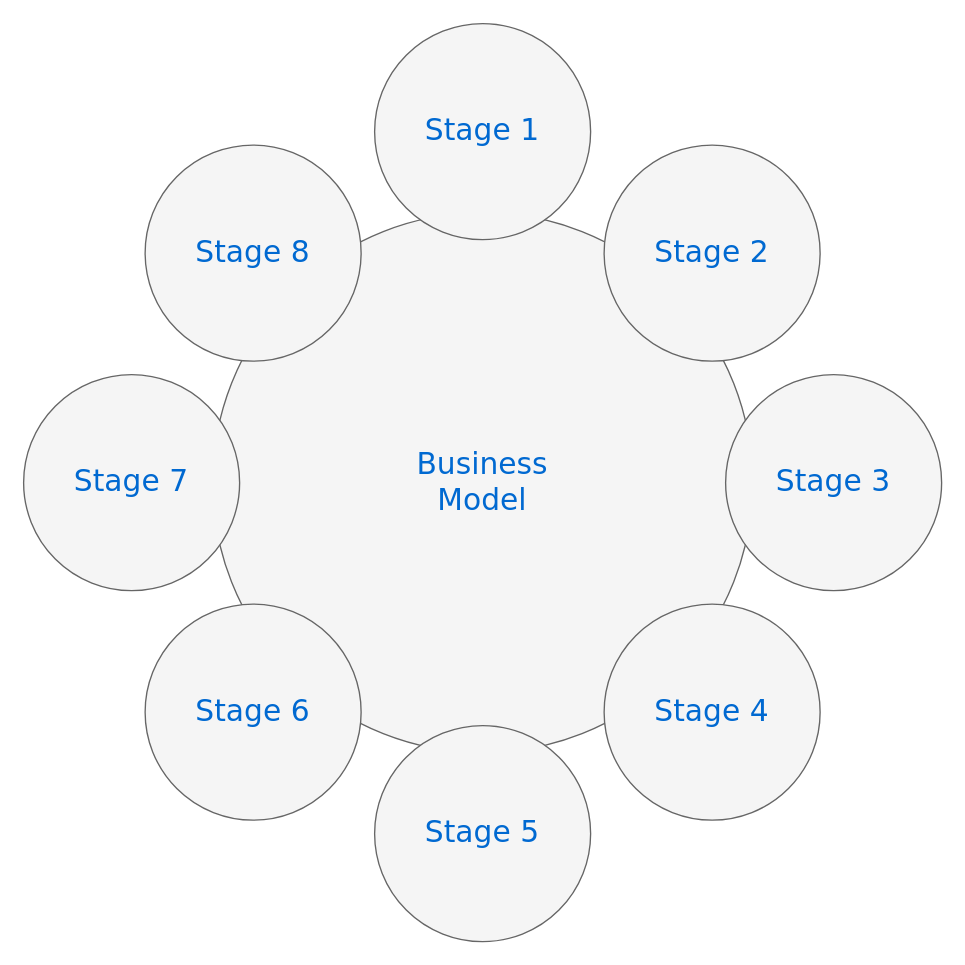
The draw.io diagram Untitled Diagram.drawio in rbgithuub/opensourcetechy, before the edit. Source tidied: cells renumbered, new cells numbered last; positions are measured from the earlier drawing's top-left corner, leaving out a move shared by most shapes. Both pictures are drawn from the tidied source at 135%, with x=0, y=0 at pixel (23, 23).
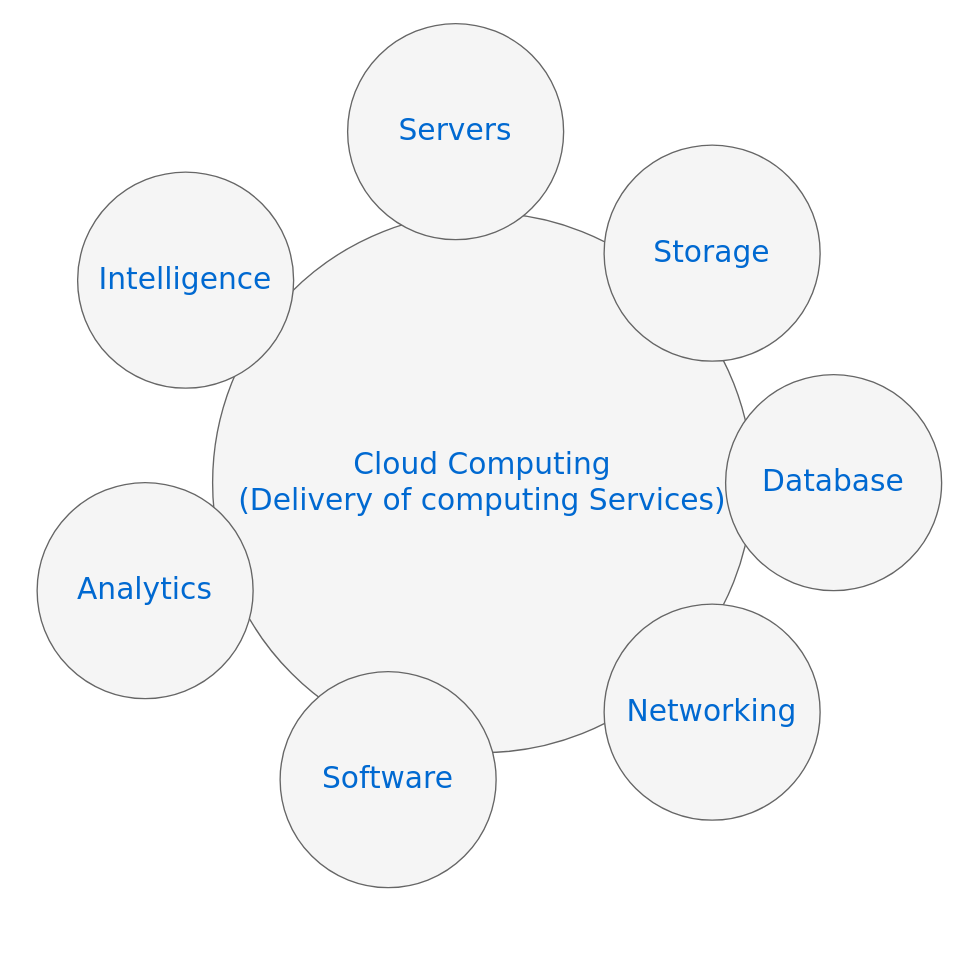
The same page after the edit.

Commit message:
understnading-cloud-computing

Change to the diagram source:
```diff
@@
 <mxGraphModel>
   <root>
     <mxCell id="0" />
     <mxCell id="1" parent="0" />
-    <mxCell id="2" value="Business&lt;div&gt;Model&lt;/div&gt;" style="ellipse;whiteSpace=wrap;html=1;rounded=0;shadow=0;dashed=0;comic=0;fontFamily=Verdana;fontSize=22;fontColor=#0069D1;fillColor=#f5f5f5;strokeColor=#666666;" parent="1" vertex="1">
+    <mxCell id="2" value="Cloud Computing&lt;br&gt;(Delivery of computing Services)" style="ellipse;whiteSpace=wrap;html=1;rounded=0;shadow=0;dashed=0;comic=0;fontFamily=Verdana;fontSize=22;fontColor=#0069D1;fillColor=#f5f5f5;strokeColor=#666666;" parent="1" vertex="1">
       <mxGeometry x="140" y="140" width="400" height="400" as="geometry" />
     </mxCell>
-    <mxCell id="3" value="Stage 1" style="ellipse;whiteSpace=wrap;html=1;rounded=0;shadow=0;dashed=0;comic=0;fontFamily=Verdana;fontSize=22;fontColor=#0069D1;fillColor=#f5f5f5;strokeColor=#666666;" parent="1" vertex="1">
-      <mxGeometry x="260" width="160" height="160" as="geometry" />
+    <mxCell id="3" value="Servers" style="ellipse;whiteSpace=wrap;html=1;rounded=0;shadow=0;dashed=0;comic=0;fontFamily=Verdana;fontSize=22;fontColor=#0069D1;fillColor=#f5f5f5;strokeColor=#666666;" parent="1" vertex="1">
+      <mxGeometry x="240" width="160" height="160" as="geometry" />
     </mxCell>
-    <mxCell id="4" value="Stage 5" style="ellipse;whiteSpace=wrap;html=1;rounded=0;shadow=0;dashed=0;comic=0;fontFamily=Verdana;fontSize=22;fontColor=#0069D1;fillColor=#f5f5f5;strokeColor=#666666;" parent="1" vertex="1">
-      <mxGeometry x="260" y="520" width="160" height="160" as="geometry" />
+    <mxCell id="4" value="Software" style="ellipse;whiteSpace=wrap;html=1;rounded=0;shadow=0;dashed=0;comic=0;fontFamily=Verdana;fontSize=22;fontColor=#0069D1;fillColor=#f5f5f5;strokeColor=#666666;" parent="1" vertex="1">
+      <mxGeometry x="190" y="480" width="160" height="160" as="geometry" />
     </mxCell>
-    <mxCell id="5" value="Stage 3" style="ellipse;whiteSpace=wrap;html=1;rounded=0;shadow=0;dashed=0;comic=0;fontFamily=Verdana;fontSize=22;fontColor=#0069D1;fillColor=#f5f5f5;strokeColor=#666666;" parent="1" vertex="1">
+    <mxCell id="5" value="Database" style="ellipse;whiteSpace=wrap;html=1;rounded=0;shadow=0;dashed=0;comic=0;fontFamily=Verdana;fontSize=22;fontColor=#0069D1;fillColor=#f5f5f5;strokeColor=#666666;" parent="1" vertex="1">
       <mxGeometry x="520" y="260" width="160" height="160" as="geometry" />
     </mxCell>
-    <mxCell id="6" value="Stage 7" style="ellipse;whiteSpace=wrap;html=1;rounded=0;shadow=0;dashed=0;comic=0;fontFamily=Verdana;fontSize=22;fontColor=#0069D1;fillColor=#f5f5f5;strokeColor=#666666;" parent="1" vertex="1">
-      <mxGeometry y="260" width="160" height="160" as="geometry" />
+    <mxCell id="6" value="Intelligence" style="ellipse;whiteSpace=wrap;html=1;rounded=0;shadow=0;dashed=0;comic=0;fontFamily=Verdana;fontSize=22;fontColor=#0069D1;fillColor=#f5f5f5;strokeColor=#666666;" parent="1" vertex="1">
+      <mxGeometry x="40" y="110" width="160" height="160" as="geometry" />
     </mxCell>
-    <mxCell id="7" value="Stage 8" style="ellipse;whiteSpace=wrap;html=1;rounded=0;shadow=0;dashed=0;comic=0;fontFamily=Verdana;fontSize=22;fontColor=#0069D1;fillColor=#f5f5f5;strokeColor=#666666;" parent="1" vertex="1">
-      <mxGeometry x="90" y="90" width="160" height="160" as="geometry" />
-    </mxCell>
-    <mxCell id="8" value="Stage 2" style="ellipse;whiteSpace=wrap;html=1;rounded=0;shadow=0;dashed=0;comic=0;fontFamily=Verdana;fontSize=22;fontColor=#0069D1;fillColor=#f5f5f5;strokeColor=#666666;" parent="1" vertex="1">
+    <mxCell id="8" value="Storage" style="ellipse;whiteSpace=wrap;html=1;rounded=0;shadow=0;dashed=0;comic=0;fontFamily=Verdana;fontSize=22;fontColor=#0069D1;fillColor=#f5f5f5;strokeColor=#666666;" parent="1" vertex="1">
       <mxGeometry x="430" y="90" width="160" height="160" as="geometry" />
     </mxCell>
-    <mxCell id="9" value="Stage 4" style="ellipse;whiteSpace=wrap;html=1;rounded=0;shadow=0;dashed=0;comic=0;fontFamily=Verdana;fontSize=22;fontColor=#0069D1;fillColor=#f5f5f5;strokeColor=#666666;" parent="1" vertex="1">
+    <mxCell id="9" value="Networking" style="ellipse;whiteSpace=wrap;html=1;rounded=0;shadow=0;dashed=0;comic=0;fontFamily=Verdana;fontSize=22;fontColor=#0069D1;fillColor=#f5f5f5;strokeColor=#666666;" parent="1" vertex="1">
       <mxGeometry x="430" y="430" width="160" height="160" as="geometry" />
     </mxCell>
-    <mxCell id="10" value="Stage 6" style="ellipse;whiteSpace=wrap;html=1;rounded=0;shadow=0;dashed=0;comic=0;fontFamily=Verdana;fontSize=22;fontColor=#0069D1;fillColor=#f5f5f5;strokeColor=#666666;" parent="1" vertex="1">
-      <mxGeometry x="90" y="430" width="160" height="160" as="geometry" />
+    <mxCell id="10" value="Analytics" style="ellipse;whiteSpace=wrap;html=1;rounded=0;shadow=0;dashed=0;comic=0;fontFamily=Verdana;fontSize=22;fontColor=#0069D1;fillColor=#f5f5f5;strokeColor=#666666;" parent="1" vertex="1">
+      <mxGeometry x="10" y="340" width="160" height="160" as="geometry" />
     </mxCell>
   </root>
 </mxGraphModel>
```
